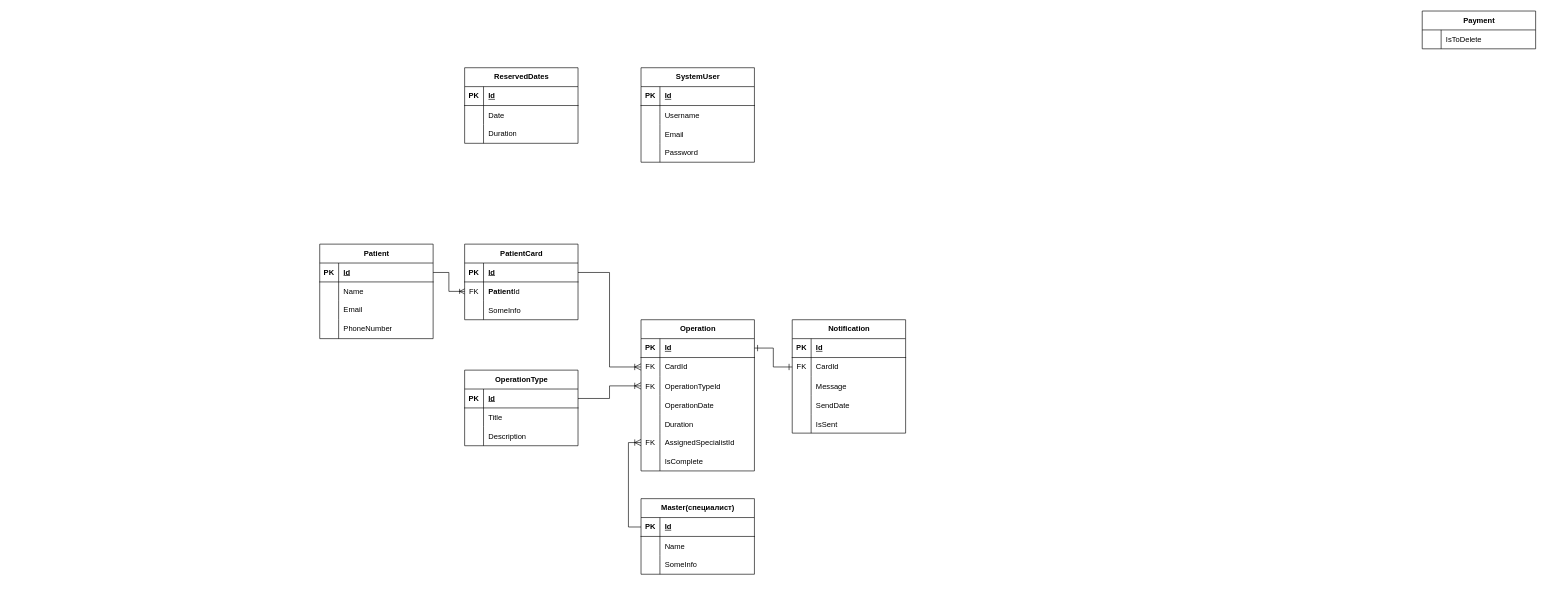
Earlier version of the draw.io diagram Другие файлы/Доменные сущности.drawio (Sadaly/Cosmetics_GraduateWork). Source tidied: cells renumbered, new cells numbered last; positions are measured from the earlier drawing's top-left corner, leaving out a move shared by most shapes. Both pictures are drawn from the tidied source at 63%, with x=0, y=0 at pixel (319, 11).
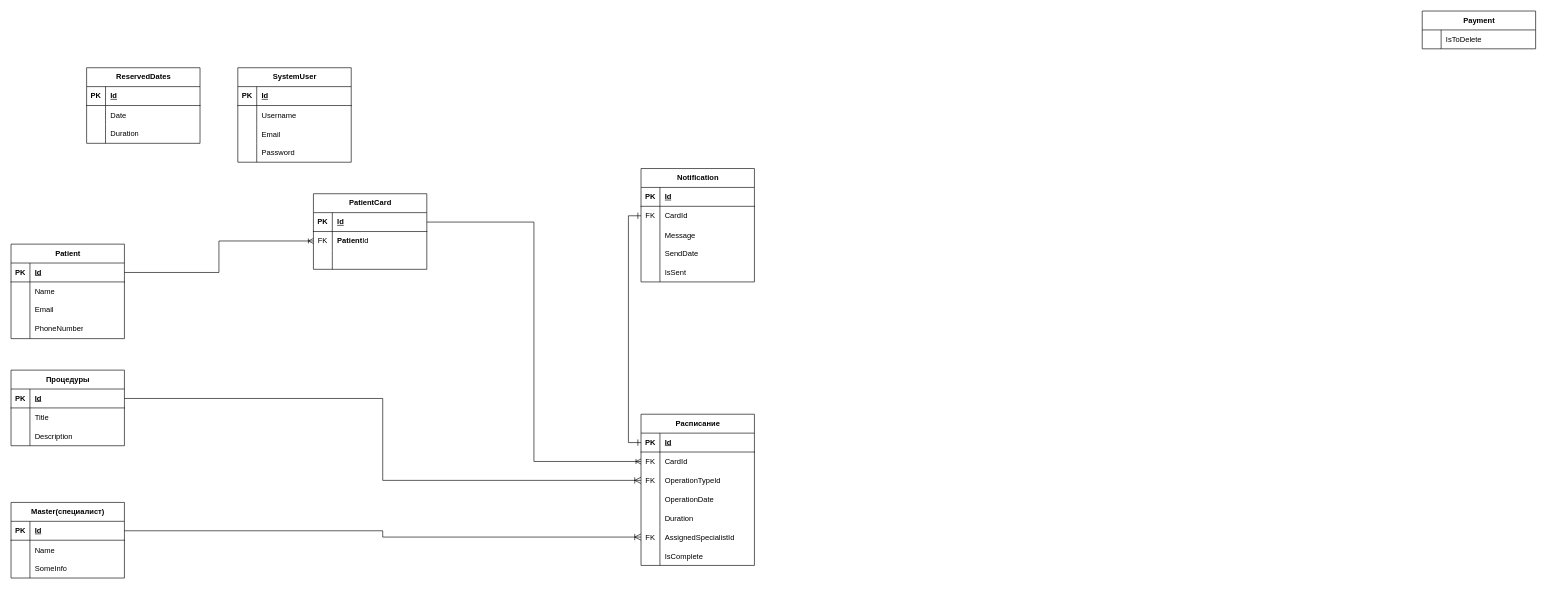
After the change.

Unchanged cells that the change refers to:
```xml
<mxCell id="16" style="shape=tableRow;horizontal=0;startSize=0;swimlaneHead=0;swimlaneBody=0;fillColor=none;points=[[0,0.5],[1,0.5]];portConstraint=eastwest;top=0;left=0;right=0;bottom=1;" parent="15" vertex="1">
  <mxGeometry y="30" width="180" height="30" as="geometry" />
</mxCell>
<mxCell id="22" style="shape=tableRow;horizontal=0;startSize=0;swimlaneHead=0;swimlaneBody=0;fillColor=none;top=0;left=0;right=0;bottom=0;" parent="15" vertex="1">
  <mxGeometry y="90" width="180" height="30" as="geometry" />
</mxCell>
<mxCell id="26" style="shape=tableRow;horizontal=0;startSize=0;swimlaneHead=0;swimlaneBody=0;fillColor=none;points=[[0,0.5],[1,0.5]];portConstraint=eastwest;top=0;left=0;right=0;bottom=1;" parent="25" vertex="1">
  <mxGeometry y="30" width="180" height="30" as="geometry" />
</mxCell>
<mxCell id="54" style="shape=tableRow;horizontal=0;startSize=0;swimlaneHead=0;swimlaneBody=0;fillColor=none;points=[[0,0.5],[1,0.5]];portConstraint=eastwest;top=0;left=0;right=0;bottom=1;" parent="53" vertex="1">
  <mxGeometry y="30" width="180" height="30" as="geometry" />
</mxCell>
<mxCell id="57" style="shape=tableRow;horizontal=0;startSize=0;swimlaneHead=0;swimlaneBody=0;fillColor=none;points=[[0,0.5],[1,0.5]];portConstraint=eastwest;top=0;left=0;right=0;bottom=0;" parent="53" vertex="1">
  <mxGeometry y="60" width="180" height="30" as="geometry" />
</mxCell>
<mxCell id="69" style="shape=tableRow;horizontal=0;startSize=0;swimlaneHead=0;swimlaneBody=0;fillColor=none;points=[[0,0.5],[1,0.5]];portConstraint=eastwest;top=0;left=0;right=0;bottom=0;" parent="53" vertex="1">
  <mxGeometry y="180" width="180" height="30" as="geometry" />
</mxCell>
<mxCell id="91" style="shape=tableRow;horizontal=0;startSize=0;swimlaneHead=0;swimlaneBody=0;fillColor=none;points=[[0,0.5],[1,0.5]];portConstraint=eastwest;top=0;left=0;right=0;bottom=0;" parent="87" vertex="1">
  <mxGeometry y="60" width="180" height="30" as="geometry" />
</mxCell>
```

Change to the diagram source:
```diff
@@
     <mxCell id="2" value="SystemUser" style="shape=table;startSize=30;childLayout=tableLayout;rowLines=0;fontStyle=1;align=center;html=1;" parent="1" vertex="1">
-      <mxGeometry x="510" y="90" width="180" height="150" as="geometry" />
+      <mxGeometry x="-130" y="90" width="180" height="150" as="geometry" />
     </mxCell>
@@
     <mxCell id="15" value="PatientCard" style="shape=table;startSize=30;childLayout=tableLayout;rowLines=0;fontStyle=1;align=center;html=1;" parent="1" vertex="1">
-      <mxGeometry x="230" y="370" width="180" height="120" as="geometry" />
+      <mxGeometry x="-10" y="290" width="180" height="120" as="geometry" />
     </mxCell>
@@
-    <mxCell id="24" value="SomeInfo" style="shape=partialRectangle;fillColor=none;top=0;left=0;bottom=0;right=0;align=left;spacingLeft=6;overflow=hidden;" parent="22" vertex="1">
+    <mxCell id="24" style="shape=partialRectangle;fillColor=none;top=0;left=0;bottom=0;right=0;align=left;spacingLeft=6;overflow=hidden;" parent="22" vertex="1">
       <mxGeometry x="30" width="150" height="30" as="geometry" />
     </mxCell>
     <mxCell id="25" value="Master(специалист)" style="shape=table;startSize=30;childLayout=tableLayout;rowLines=0;fontStyle=1;align=center;html=1;" parent="1" vertex="1">
-      <mxGeometry x="510" y="774" width="180" height="120" as="geometry" />
+      <mxGeometry x="-490" y="780" width="180" height="120" as="geometry" />
     </mxCell>
@@
     <mxCell id="35" value="Patient" style="shape=table;startSize=30;childLayout=tableLayout;rowLines=0;fontStyle=1;align=center;html=1;" parent="1" vertex="1">
-      <mxGeometry y="370" width="180" height="150" as="geometry" />
+      <mxGeometry x="-490" y="370" width="180" height="150" as="geometry" />
     </mxCell>
@@
-    <mxCell id="53" value="Operation" style="shape=table;startSize=30;childLayout=tableLayout;rowLines=0;fontStyle=1;align=center;html=1;" parent="1" vertex="1">
-      <mxGeometry x="510" y="490" width="180" height="240" as="geometry" />
+    <mxCell id="53" value="Расписание" style="shape=table;startSize=30;childLayout=tableLayout;rowLines=0;fontStyle=1;align=center;html=1;" parent="1" vertex="1">
+      <mxGeometry x="510" y="640" width="180" height="240" as="geometry" />
     </mxCell>
@@
-    <mxCell id="75" style="edgeStyle=orthogonalEdgeStyle;rounded=0;jettySize=auto;html=1;fontSize=12;startSize=8;endSize=8;endArrow=ERoneToMany;endFill=0;" parent="1" edge="1" source="16" target="57">
-      <mxGeometry relative="1" as="geometry">
-        <Array as="points">
-          <mxPoint x="460" y="415" />
-          <mxPoint x="460" y="565" />
-        </Array>
-      </mxGeometry>
-    </mxCell>
-    <mxCell id="76" value="OperationType" style="shape=table;startSize=30;childLayout=tableLayout;rowLines=0;fontStyle=1;align=center;html=1;" parent="1" vertex="1">
-      <mxGeometry x="230" y="570" width="180" height="120" as="geometry" />
+    <mxCell id="76" value="Процедуры" style="shape=table;startSize=30;childLayout=tableLayout;rowLines=0;fontStyle=1;align=center;html=1;" parent="1" vertex="1">
+      <mxGeometry x="-490" y="570" width="180" height="120" as="geometry" />
     </mxCell>
@@
     <mxCell id="87" value="Notification" style="shape=table;startSize=30;childLayout=tableLayout;rowLines=0;fontStyle=1;align=center;html=1;" parent="1" vertex="1">
-      <mxGeometry x="750" y="490" width="180" height="180" as="geometry" />
+      <mxGeometry x="510" y="250" width="180" height="180" as="geometry" />
     </mxCell>
@@
-    <mxCell id="103" style="edgeStyle=orthogonalEdgeStyle;rounded=0;jettySize=auto;html=1;fontSize=12;startSize=8;endSize=8;endArrow=ERone;endFill=0;startArrow=ERone;startFill=0;" parent="1" edge="1" source="54" target="91">
+    <mxCell id="103" style="edgeStyle=orthogonalEdgeStyle;rounded=0;jettySize=auto;html=1;fontSize=12;startSize=8;endSize=8;endArrow=ERone;endFill=0;startArrow=ERone;startFill=0;entryX=0;entryY=0.5;entryDx=0;entryDy=0;" parent="1" edge="1" source="54" target="91">
       <mxGeometry relative="1" as="geometry" />
     </mxCell>
-    <mxCell id="104" style="edgeStyle=orthogonalEdgeStyle;rounded=0;jettySize=auto;html=1;entryX=0;entryY=0.5;entryDx=0;entryDy=0;fontSize=12;startSize=8;endSize=8;exitX=0;exitY=0.5;exitDx=0;exitDy=0;endArrow=ERoneToMany;endFill=0;" parent="1" edge="1" source="26" target="69">
+    <mxCell id="104" style="edgeStyle=orthogonalEdgeStyle;rounded=0;jettySize=auto;html=1;entryX=0;entryY=0.5;entryDx=0;entryDy=0;fontSize=12;startSize=8;endSize=8;exitX=1;exitY=0.5;exitDx=0;exitDy=0;endArrow=ERoneToMany;endFill=0;" parent="1" edge="1" source="26" target="69">
       <mxGeometry relative="1" as="geometry" />
     </mxCell>
     <mxCell id="105" value="ReservedDates" style="shape=table;startSize=30;childLayout=tableLayout;rowLines=0;fontStyle=1;align=center;html=1;" parent="1" vertex="1">
-      <mxGeometry x="230" y="90" width="180" height="120" as="geometry" />
+      <mxGeometry x="-370" y="90" width="180" height="120" as="geometry" />
     </mxCell>
@@
+    <mxCell id="75" style="edgeStyle=orthogonalEdgeStyle;rounded=0;jettySize=auto;html=1;endArrow=ERoneToMany;endFill=0;" parent="1" edge="1" source="16" target="57">
+      <mxGeometry relative="1" as="geometry" />
+    </mxCell>
```
